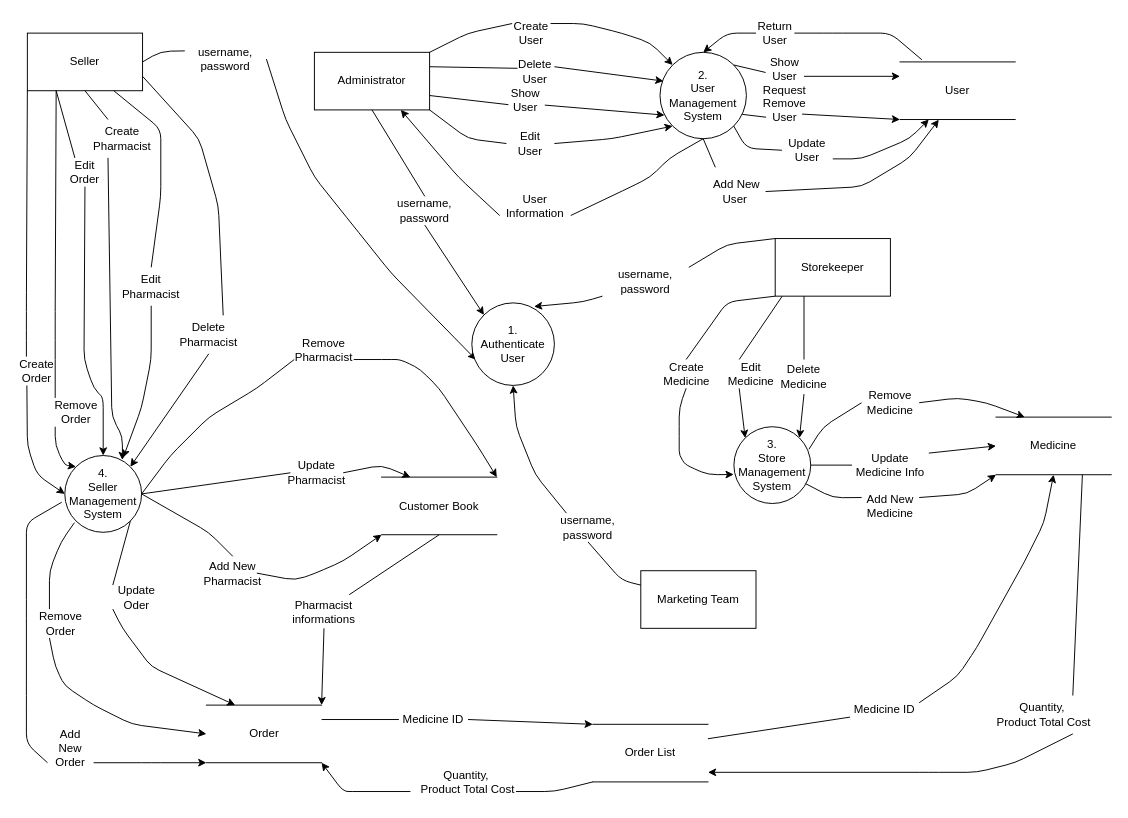
This is Docs/Charts/Developer Panagiotis/DFD/DFD (lvl_1).drawio from Konstantinos-Papanagnou/Project-Management, a draw.io file, before an edit. Source tidied: cells renumbered, new cells numbered last; positions are measured from the earlier drawing's top-left corner, leaving out a move shared by most shapes. Both pictures are drawn from the tidied source at 96%, with x=0, y=0 at pixel (16, 23).
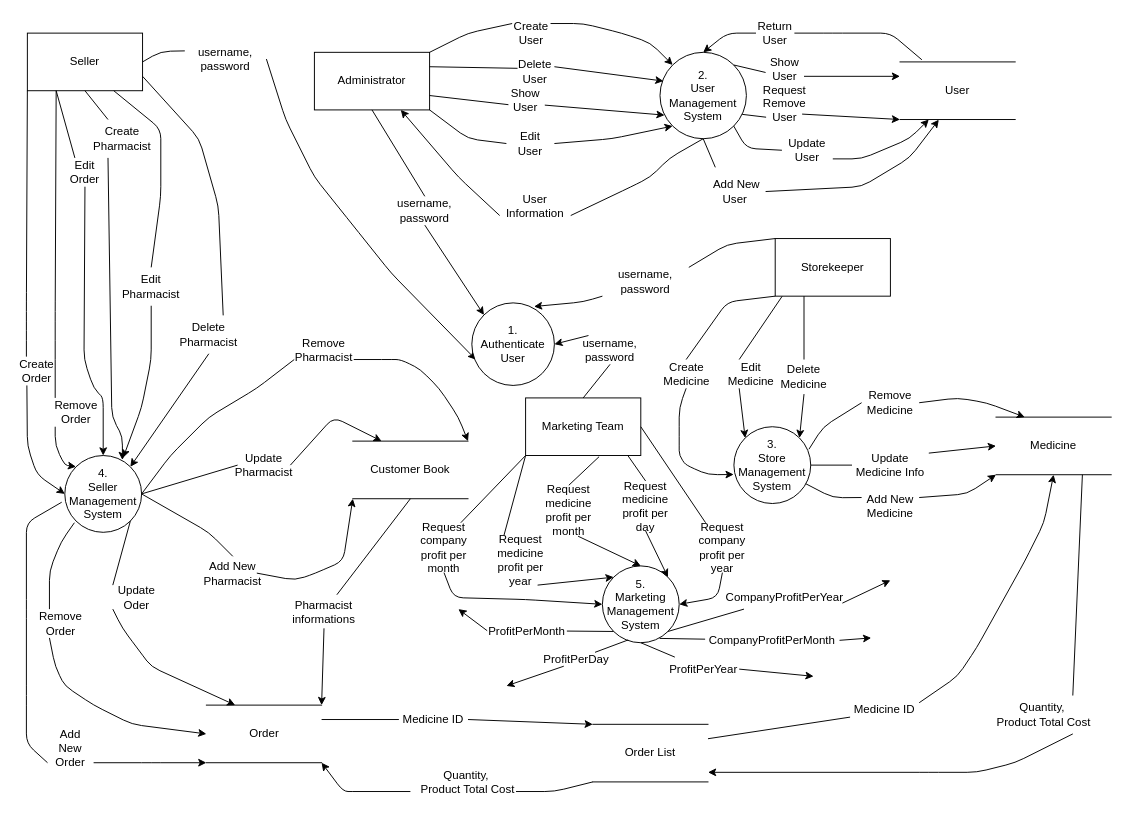
The same diagram, later.

The change refers to these unchanged cells:
```xml
<mxCell id="14" value="1. &lt;br&gt;Authenticate User" style="ellipse;whiteSpace=wrap;html=1;" parent="1" vertex="1">
  <mxGeometry x="474" y="291" width="86" height="86" as="geometry" />
</mxCell>
<mxCell id="122" value="Remove Pharmacist" style="text;html=1;strokeColor=none;fillColor=none;align=center;verticalAlign=middle;whiteSpace=wrap;rounded=0;" parent="1" vertex="1">
  <mxGeometry x="289" y="320" width="62" height="40" as="geometry" />
</mxCell>
```

Diff of the diagram source:
```diff
@@
     <mxCell id="5" value="Marketing Team" style="rounded=0;whiteSpace=wrap;html=1;" parent="1" vertex="1">
-      <mxGeometry x="650" y="570" width="120" height="60" as="geometry" />
+      <mxGeometry x="530" y="390" width="120" height="60" as="geometry" />
     </mxCell>
@@
     <mxCell id="62" value="username,&lt;br&gt;password" style="text;html=1;strokeColor=none;fillColor=none;align=center;verticalAlign=middle;whiteSpace=wrap;rounded=0;rotation=0;" parent="1" vertex="1">
-      <mxGeometry x="550" y="510" width="90" height="30" as="geometry" />
+      <mxGeometry x="573" y="325" width="90" height="30" as="geometry" />
     </mxCell>
-    <mxCell id="63" style="endArrow=none;html=1;entryX=0.5;entryY=1;entryDx=0;entryDy=0;exitX=0;exitY=0.25;exitDx=0;exitDy=0;" parent="1" edge="1" source="5" target="62">
-      <mxGeometry relative="1" as="geometry">
-        <Array as="points">
-          <mxPoint x="630" y="580" />
-        </Array>
-      </mxGeometry>
-    </mxCell>
-    <mxCell id="64" style="endArrow=classic;html=1;exitX=0.25;exitY=0;exitDx=0;exitDy=0;entryX=0.5;entryY=1;entryDx=0;entryDy=0;" parent="1" edge="1" source="62" target="14">
-      <mxGeometry relative="1" as="geometry">
-        <Array as="points">
-          <mxPoint x="540" y="470" />
-          <mxPoint x="520" y="420" />
-        </Array>
-      </mxGeometry>
+    <mxCell id="64" style="endArrow=classic;html=1;entryX=1;entryY=0.5;entryDx=0;entryDy=0;exitX=0.25;exitY=0;exitDx=0;exitDy=0;" parent="1" edge="1" source="62" target="14">
+      <mxGeometry relative="1" as="geometry" />
     </mxCell>
@@
     <mxCell id="83" value="Customer Book" style="shape=partialRectangle;whiteSpace=wrap;html=1;left=0;right=0;fillColor=none;" parent="1" vertex="1">
-      <mxGeometry x="380" y="472.5" width="120" height="60" as="geometry" />
+      <mxGeometry x="350" y="435" width="120" height="60" as="geometry" />
     </mxCell>
@@
     <mxCell id="120" style="endArrow=classic;html=1;exitX=1;exitY=0.5;exitDx=0;exitDy=0;entryX=0.25;entryY=0;entryDx=0;entryDy=0;" parent="1" edge="1" source="123" target="83">
       <mxGeometry relative="1" as="geometry">
         <Array as="points">
-          <mxPoint x="380" y="460" />
+          <mxPoint x="330" y="410" />
         </Array>
       </mxGeometry>
     </mxCell>
     <mxCell id="121" style="endArrow=classic;html=1;exitX=1;exitY=0.75;exitDx=0;exitDy=0;entryX=1;entryY=0;entryDx=0;entryDy=0;" parent="1" edge="1" source="122" target="83">
       <mxGeometry relative="1" as="geometry">
         <Array as="points">
           <mxPoint x="380" y="350" />
           <mxPoint x="400" y="350" />
           <mxPoint x="420" y="360" />
           <mxPoint x="440" y="380" />
           <mxPoint x="460" y="410" />
-          <mxPoint x="480" y="440" />
         </Array>
       </mxGeometry>
     </mxCell>
@@
     <mxCell id="123" value="Update Pharmacist" style="text;html=1;strokeColor=none;fillColor=none;align=center;verticalAlign=middle;whiteSpace=wrap;rounded=0;" parent="1" vertex="1">
-      <mxGeometry x="285" y="451" width="55" height="34" as="geometry" />
+      <mxGeometry x="230" y="443" width="55" height="34" as="geometry" />
     </mxCell>
@@
+    <mxCell id="126" value="5. &lt;br&gt;Marketing Management System" style="ellipse;whiteSpace=wrap;html=1;" parent="1" vertex="1">
+      <mxGeometry x="610" y="565" width="80" height="80" as="geometry" />
+    </mxCell>
+    <mxCell id="127" style="endArrow=classic;html=1;exitX=0.5;exitY=1;exitDx=0;exitDy=0;entryX=1;entryY=0;entryDx=0;entryDy=0;startArrow=none;" parent="1" edge="1" source="155" target="126">
+      <mxGeometry relative="1" as="geometry" />
+    </mxCell>
+    <mxCell id="128" style="endArrow=classic;html=1;exitX=0.638;exitY=1.02;exitDx=0;exitDy=0;entryX=0.5;entryY=0;entryDx=0;entryDy=0;exitPerimeter=0;startArrow=none;" parent="1" edge="1" source="153" target="126">
+      <mxGeometry relative="1" as="geometry" />
+    </mxCell>
+    <mxCell id="129" style="endArrow=classic;html=1;entryX=1;entryY=0.5;entryDx=0;entryDy=0;startArrow=none;exitX=0.5;exitY=1;exitDx=0;exitDy=0;" parent="1" edge="1" source="147" target="126">
+      <mxGeometry relative="1" as="geometry">
+        <Array as="points">
+          <mxPoint x="730" y="598" />
+        </Array>
+      </mxGeometry>
+    </mxCell>
+    <mxCell id="130" style="endArrow=classic;html=1;exitX=0.75;exitY=1;exitDx=0;exitDy=0;entryX=0;entryY=0;entryDx=0;entryDy=0;startArrow=none;" parent="1" edge="1" source="151" target="126">
+      <mxGeometry relative="1" as="geometry" />
+    </mxCell>
+    <mxCell id="131" style="endArrow=classic;html=1;exitX=0.5;exitY=1;exitDx=0;exitDy=0;entryX=0;entryY=0.5;entryDx=0;entryDy=0;startArrow=none;" parent="1" edge="1" source="149" target="126">
+      <mxGeometry relative="1" as="geometry">
+        <Array as="points">
+          <mxPoint x="455" y="598" />
+          <mxPoint x="530" y="600" />
+        </Array>
+      </mxGeometry>
+    </mxCell>
+    <mxCell id="132" style="endArrow=classic;html=1;startArrow=none;exitX=1;exitY=0.5;exitDx=0;exitDy=0;" parent="1" edge="1" source="141">
+      <mxGeometry relative="1" as="geometry">
+        <mxPoint x="830" y="680" as="targetPoint" />
+      </mxGeometry>
+    </mxCell>
+    <mxCell id="133" style="endArrow=classic;html=1;exitX=1;exitY=0.5;exitDx=0;exitDy=0;startArrow=none;" parent="1" edge="1" source="139">
+      <mxGeometry relative="1" as="geometry">
+        <mxPoint x="890" y="640" as="targetPoint" />
+      </mxGeometry>
+    </mxCell>
+    <mxCell id="134" style="endArrow=classic;html=1;startArrow=none;exitX=0;exitY=0.5;exitDx=0;exitDy=0;" parent="1" edge="1" source="143">
+      <mxGeometry relative="1" as="geometry">
+        <mxPoint x="460" y="610" as="targetPoint" />
+      </mxGeometry>
+    </mxCell>
+    <mxCell id="135" style="endArrow=classic;html=1;exitX=1;exitY=0.75;exitDx=0;exitDy=0;startArrow=none;" parent="1" edge="1" source="137">
+      <mxGeometry relative="1" as="geometry">
+        <mxPoint x="910" y="580" as="targetPoint" />
+      </mxGeometry>
+    </mxCell>
+    <mxCell id="136" style="endArrow=classic;html=1;exitX=0.335;exitY=0.964;exitDx=0;exitDy=0;exitPerimeter=0;startArrow=none;" parent="1" edge="1" source="145">
+      <mxGeometry relative="1" as="geometry">
+        <mxPoint x="510" y="690" as="targetPoint" />
+      </mxGeometry>
+    </mxCell>
+    <mxCell id="63" style="endArrow=none;html=1;entryX=0.5;entryY=1;entryDx=0;entryDy=0;exitX=0.5;exitY=0;exitDx=0;exitDy=0;" parent="1" edge="1" source="5" target="62">
+      <mxGeometry relative="1" as="geometry" />
+    </mxCell>
+    <mxCell id="137" value="CompanyProfitPerYear" style="text;html=1;strokeColor=none;fillColor=none;align=center;verticalAlign=middle;whiteSpace=wrap;rounded=0;" parent="1" vertex="1">
+      <mxGeometry x="740" y="585" width="120" height="25" as="geometry" />
+    </mxCell>
+    <mxCell id="138" style="endArrow=none;html=1;exitX=1;exitY=1;exitDx=0;exitDy=0;" parent="1" edge="1" source="126" target="137">
+      <mxGeometry relative="1" as="geometry" />
+    </mxCell>
+    <mxCell id="139" value="CompanyProfitPerMonth" style="text;html=1;strokeColor=none;fillColor=none;align=center;verticalAlign=middle;whiteSpace=wrap;rounded=0;" parent="1" vertex="1">
+      <mxGeometry x="717" y="630" width="140" height="25" as="geometry" />
+    </mxCell>
+    <mxCell id="140" style="endArrow=none;html=1;exitX=0.745;exitY=0.944;exitDx=0;exitDy=0;exitPerimeter=0;" parent="1" edge="1" source="126" target="139">
+      <mxGeometry relative="1" as="geometry" />
+    </mxCell>
+    <mxCell id="141" value="ProfitPerYear" style="text;html=1;strokeColor=none;fillColor=none;align=center;verticalAlign=middle;whiteSpace=wrap;rounded=0;" parent="1" vertex="1">
+      <mxGeometry x="677.5" y="660" width="75" height="25" as="geometry" />
+    </mxCell>
+    <mxCell id="142" style="endArrow=none;html=1;exitX=0.5;exitY=1;exitDx=0;exitDy=0;" parent="1" edge="1" source="126" target="141">
+      <mxGeometry relative="1" as="geometry" />
+    </mxCell>
+    <mxCell id="143" value="ProfitPerMonth" style="text;html=1;strokeColor=none;fillColor=none;align=center;verticalAlign=middle;whiteSpace=wrap;rounded=0;" parent="1" vertex="1">
+      <mxGeometry x="490" y="620" width="83" height="25" as="geometry" />
+    </mxCell>
+    <mxCell id="144" style="endArrow=none;html=1;exitX=0;exitY=1;exitDx=0;exitDy=0;" parent="1" edge="1" source="126" target="143">
+      <mxGeometry relative="1" as="geometry" />
+    </mxCell>
+    <mxCell id="145" value="ProfitPerDay" style="text;html=1;strokeColor=none;fillColor=none;align=center;verticalAlign=middle;whiteSpace=wrap;rounded=0;" parent="1" vertex="1">
+      <mxGeometry x="544.5" y="655" width="75.5" height="15" as="geometry" />
+    </mxCell>
+    <mxCell id="146" style="endArrow=none;html=1;exitX=0.335;exitY=0.964;exitDx=0;exitDy=0;exitPerimeter=0;" parent="1" edge="1" source="126" target="145">
+      <mxGeometry relative="1" as="geometry" />
+    </mxCell>
+    <mxCell id="147" value="Request company profit per year" style="text;html=1;strokeColor=none;fillColor=none;align=center;verticalAlign=middle;whiteSpace=wrap;rounded=0;" parent="1" vertex="1">
+      <mxGeometry x="700" y="520" width="70" height="52" as="geometry" />
+    </mxCell>
+    <mxCell id="148" style="endArrow=none;html=1;exitX=1;exitY=0.5;exitDx=0;exitDy=0;entryX=0.25;entryY=0;entryDx=0;entryDy=0;" parent="1" edge="1" source="5" target="147">
+      <mxGeometry relative="1" as="geometry" />
+    </mxCell>
+    <mxCell id="149" value="Request company profit per month" style="text;html=1;strokeColor=none;fillColor=none;align=center;verticalAlign=middle;whiteSpace=wrap;rounded=0;" parent="1" vertex="1">
+      <mxGeometry x="410" y="520" width="70" height="52" as="geometry" />
+    </mxCell>
+    <mxCell id="150" style="endArrow=none;html=1;exitX=0;exitY=1;exitDx=0;exitDy=0;entryX=0.75;entryY=0;entryDx=0;entryDy=0;" parent="1" edge="1" source="5" target="149">
+      <mxGeometry relative="1" as="geometry" />
+    </mxCell>
+    <mxCell id="151" value="Request medicine profit per year" style="text;html=1;strokeColor=none;fillColor=none;align=center;verticalAlign=middle;whiteSpace=wrap;rounded=0;" parent="1" vertex="1">
+      <mxGeometry x="490" y="533" width="70" height="52" as="geometry" />
+    </mxCell>
+    <mxCell id="152" style="endArrow=none;html=1;exitX=0;exitY=1;exitDx=0;exitDy=0;entryX=0.25;entryY=0;entryDx=0;entryDy=0;" parent="1" edge="1" source="5" target="151">
+      <mxGeometry relative="1" as="geometry" />
+    </mxCell>
+    <mxCell id="153" value="Request medicine profit per month" style="text;html=1;strokeColor=none;fillColor=none;align=center;verticalAlign=middle;whiteSpace=wrap;rounded=0;" parent="1" vertex="1">
+      <mxGeometry x="540" y="481" width="70" height="52" as="geometry" />
+    </mxCell>
+    <mxCell id="154" style="endArrow=none;html=1;exitX=0.638;exitY=1.02;exitDx=0;exitDy=0;entryX=0.5;entryY=0;entryDx=0;entryDy=0;exitPerimeter=0;" parent="1" edge="1" source="5" target="153">
+      <mxGeometry relative="1" as="geometry" />
+    </mxCell>
+    <mxCell id="155" value="Request medicine profit per day" style="text;html=1;strokeColor=none;fillColor=none;align=center;verticalAlign=middle;whiteSpace=wrap;rounded=0;" parent="1" vertex="1">
+      <mxGeometry x="620" y="476.5" width="70" height="52" as="geometry" />
+    </mxCell>
+    <mxCell id="156" style="endArrow=none;html=1;exitX=0.885;exitY=0.993;exitDx=0;exitDy=0;entryX=0.5;entryY=0;entryDx=0;entryDy=0;exitPerimeter=0;" parent="1" edge="1" source="5" target="155">
+      <mxGeometry relative="1" as="geometry" />
+    </mxCell>
```
